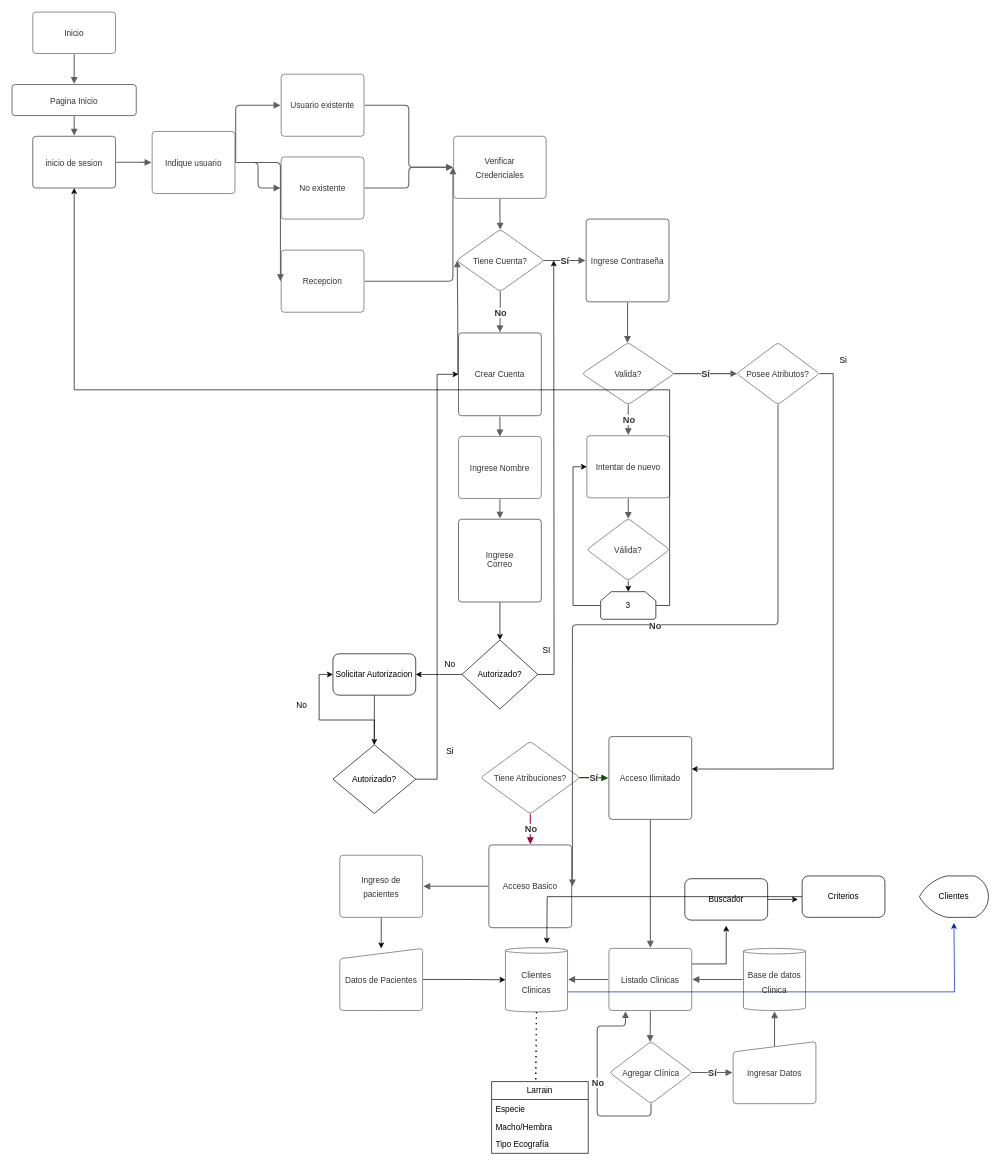
Before: Diagrama sin título.drawio in MauroCCampos/Petsitter-Spa, a draw.io diagram. Source tidied: cells renumbered, new cells numbered last; positions are measured from the earlier drawing's top-left corner, leaving out a move shared by most shapes. Both pictures are drawn from the tidied source at 69%, with x=0, y=0 at pixel (12, 12).
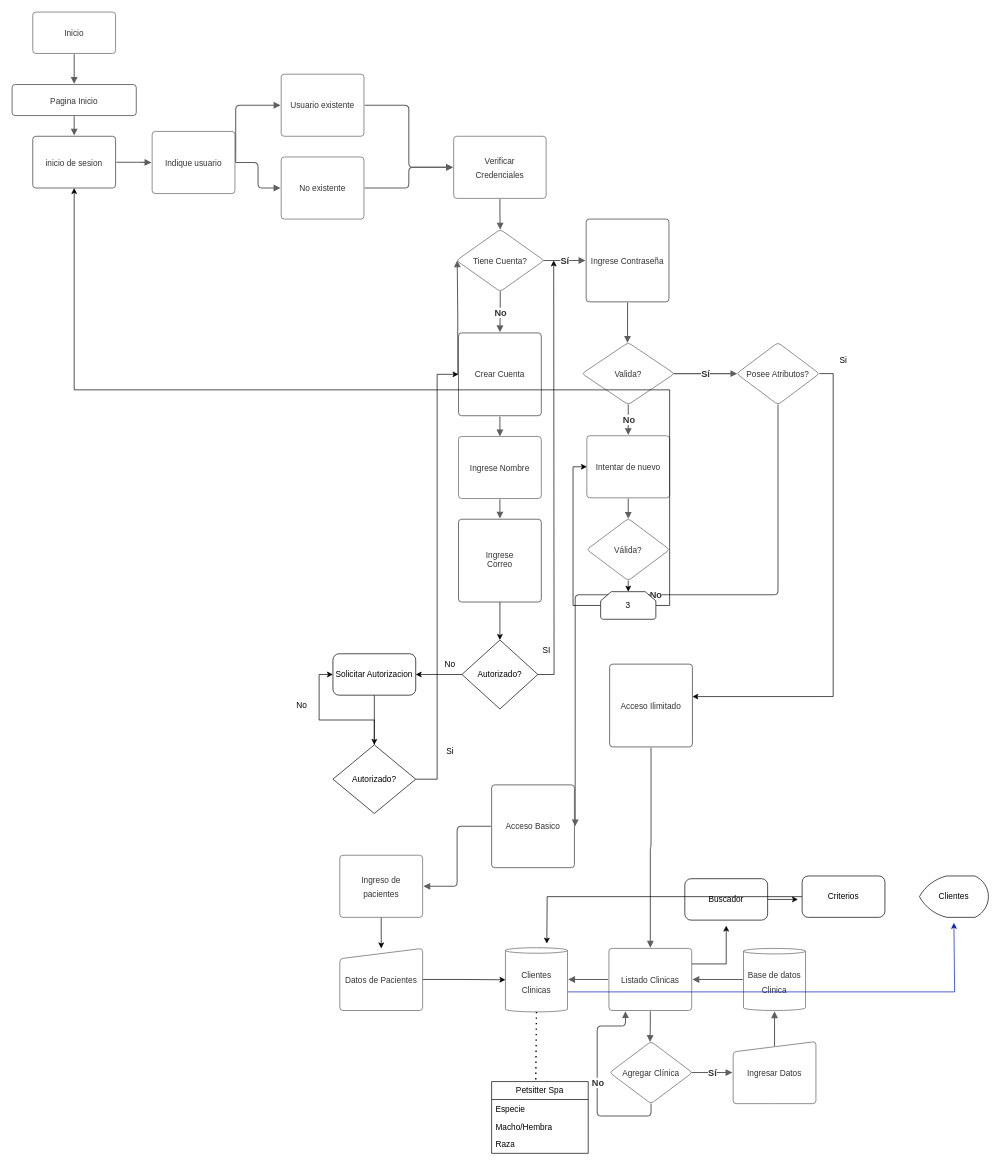
The same diagram, later.

The change refers to these unchanged cells:
```xml
<mxCell id="7" value="&lt;font style=&quot;font-size: 12px;&quot;&gt;Verificar Credenciales&lt;/font&gt;" style="html=1;overflow=block;blockSpacing=1;whiteSpace=wrap;fontSize=16.7;fontColor=#333333;align=center;spacing=9;strokeColor=#5e5e5e;strokeOpacity=100;rounded=1;absoluteArcSize=1;arcSize=9;strokeWidth=1;lucidId=1nV_D38gx65L;" parent="1" vertex="1">
  <mxGeometry x="640" y="180" width="134" height="90" as="geometry" />
</mxCell>
<mxCell id="13" value="&lt;font style=&quot;font-size: 12px;&quot;&gt;Indique usuario&lt;/font&gt;" style="html=1;overflow=block;blockSpacing=1;whiteSpace=wrap;fontSize=16.7;fontColor=#333333;align=center;spacing=9;strokeColor=#5e5e5e;strokeOpacity=100;rounded=1;absoluteArcSize=1;arcSize=9;strokeWidth=1;lucidId=KtV_1nC~NSEl;" parent="1" vertex="1">
  <mxGeometry x="203" y="173" width="120" height="90" as="geometry" />
</mxCell>
```

What changed in the source:
```diff
@@
-    <mxCell id="28" value="&lt;font style=&quot;font-size: 12px;&quot;&gt;Recepcion&lt;/font&gt;" style="html=1;overflow=block;blockSpacing=1;whiteSpace=wrap;fontSize=16.7;fontColor=#333333;align=center;spacing=9;strokeColor=#5e5e5e;strokeOpacity=100;rounded=1;absoluteArcSize=1;arcSize=9;strokeWidth=1;lucidId=gF8_w_ER~_n0;" parent="1" vertex="1">
-      <mxGeometry x="390" y="345" width="120" height="90" as="geometry" />
-    </mxCell>
@@
-    <mxCell id="31" style="html=1;jettySize=18;whiteSpace=wrap;fontSize=13;strokeColor=#5E5E5E;strokeWidth=1.5;rounded=1;arcSize=12;edgeStyle=orthogonalEdgeStyle;startArrow=none;endArrow=block;endFill=1;exitX=1.009;exitY=0.5;exitPerimeter=0;entryX=-0.009;entryY=0.5;entryPerimeter=0;lucidId=YG8_4RrZCzS5;" parent="1" edge="1" source="13" target="28">
-      <mxGeometry relative="1" as="geometry" />
-    </mxCell>
@@
-    <mxCell id="34" style="html=1;jettySize=18;whiteSpace=wrap;fontSize=13;strokeColor=#5E5E5E;strokeWidth=1.5;rounded=1;arcSize=12;edgeStyle=orthogonalEdgeStyle;startArrow=none;endArrow=block;endFill=1;exitX=1.009;exitY=0.5;exitPerimeter=0;entryX=-0.008;entryY=0.5;entryPerimeter=0;lucidId=oH8_gKGjg.4c;" parent="1" edge="1" source="28" target="7">
-      <mxGeometry relative="1" as="geometry" />
-    </mxCell>
@@
-    <mxCell id="39" value="&lt;font style=&quot;font-size: 12px;&quot;&gt;Tiene Atribuciones?&lt;/font&gt;" style="html=1;overflow=block;blockSpacing=1;whiteSpace=wrap;rhombus;fontSize=16.7;fontColor=#333333;align=center;spacing=3.8;strokeColor=#5e5e5e;strokeOpacity=100;rounded=1;absoluteArcSize=1;arcSize=9;strokeWidth=1;lucidId=4bg~qIHvXVig;" parent="1" vertex="1">
-      <mxGeometry x="679" y="1057" width="144" height="105" as="geometry" />
-    </mxCell>
-    <mxCell id="40" style="html=1;jettySize=18;whiteSpace=wrap;fontSize=13.3;fontColor=#333333;fontStyle=1;align=center;strokeColor=#005700;strokeWidth=1.5;rounded=1;arcSize=12;edgeStyle=orthogonalEdgeStyle;startArrow=none;endArrow=block;endFill=1;exitX=0.992;exitY=0.5;exitPerimeter=0;entryX=-0.009;entryY=0.5;entryPerimeter=0;lucidId=Tcg~VygyTIFK;fillColor=#008a00;" parent="1" edge="1" source="39" target="42">
-      <mxGeometry relative="1" as="geometry" />
-    </mxCell>
-    <mxCell id="41" value="Sí" style="text;html=1;labelBackgroundColor=default;align=center;verticalAlign=middle;fontStyle=1;fontColor=#333333;fontSize=13.3;" parent="40" vertex="1">
-      <mxGeometry relative="1" as="geometry" />
-    </mxCell>
     <mxCell id="42" value="&lt;font style=&quot;font-size: 12px;&quot;&gt;Acceso Ilimitado&lt;/font&gt;" style="html=1;overflow=block;blockSpacing=1;whiteSpace=wrap;fontSize=16.7;fontColor=#333333;align=center;spacing=3.8;strokeColor=#333333;strokeOpacity=100;fillOpacity=0;rounded=1;absoluteArcSize=1;arcSize=9;fillColor=#ffffff;strokeWidth=1;lucidId=Wcg~fUxF38FF;" parent="1" vertex="1">
-      <mxGeometry x="865" y="1050" width="120" height="120" as="geometry" />
+      <mxGeometry x="866" y="945" width="120" height="120" as="geometry" />
     </mxCell>
-    <mxCell id="43" style="html=1;jettySize=18;whiteSpace=wrap;fontSize=13.3;fontColor=#333333;fontStyle=1;align=center;strokeColor=#A50040;strokeWidth=1.5;rounded=1;arcSize=12;edgeStyle=orthogonalEdgeStyle;startArrow=none;endArrow=block;endFill=1;exitX=0.5;exitY=0.997;exitPerimeter=0;entryX=0.5;entryY=-0.009;entryPerimeter=0;lucidId=7cg~rqk6v5o7;fillColor=#d80073;" parent="1" edge="1" source="39" target="45">
-      <mxGeometry relative="1" as="geometry" />
-    </mxCell>
-    <mxCell id="44" value="No" style="text;html=1;labelBackgroundColor=default;align=center;verticalAlign=middle;fontStyle=1;fontColor=#333333;fontSize=13.3;" parent="43" vertex="1">
-      <mxGeometry relative="1" as="geometry" />
-    </mxCell>
     <mxCell id="45" value="&lt;font style=&quot;font-size: 12px;&quot;&gt;Acceso Basico&lt;/font&gt;" style="html=1;overflow=block;blockSpacing=1;whiteSpace=wrap;fontSize=16.7;fontColor=#333333;align=center;spacing=3.8;strokeColor=#333333;strokeOpacity=100;fillOpacity=0;rounded=1;absoluteArcSize=1;arcSize=9;fillColor=#ffffff;strokeWidth=1;lucidId=-cg~yoFNJy~t;" parent="1" vertex="1">
-      <mxGeometry x="691" y="1207" width="120" height="120" as="geometry" />
+      <mxGeometry x="695" y="1120" width="120" height="120" as="geometry" />
     </mxCell>
@@
-    <mxCell id="91" value="Larrain" style="swimlane;fontStyle=0;horizontal=1;startSize=26;fillColor=none;whiteSpace=wrap;html=1;" parent="1" vertex="1">
+    <mxCell id="91" value="Petsitter Spa" style="swimlane;fontStyle=0;horizontal=1;startSize=26;fillColor=none;whiteSpace=wrap;html=1;" parent="1" vertex="1">
       <mxGeometry x="695" y="1550" width="140" height="104" as="geometry" />
     </mxCell>
@@
-    <mxCell id="94" value="Tipo Ecografía" style="text;strokeColor=none;fillColor=none;align=left;verticalAlign=top;spacingLeft=4;spacingRight=4;overflow=hidden;whiteSpace=wrap;html=1;" parent="91" vertex="1">
+    <mxCell id="94" value="Raza" style="text;strokeColor=none;fillColor=none;align=left;verticalAlign=top;spacingLeft=4;spacingRight=4;overflow=hidden;whiteSpace=wrap;html=1;" parent="91" vertex="1">
       <mxGeometry y="78" width="140" height="26" as="geometry" />
     </mxCell>
```
